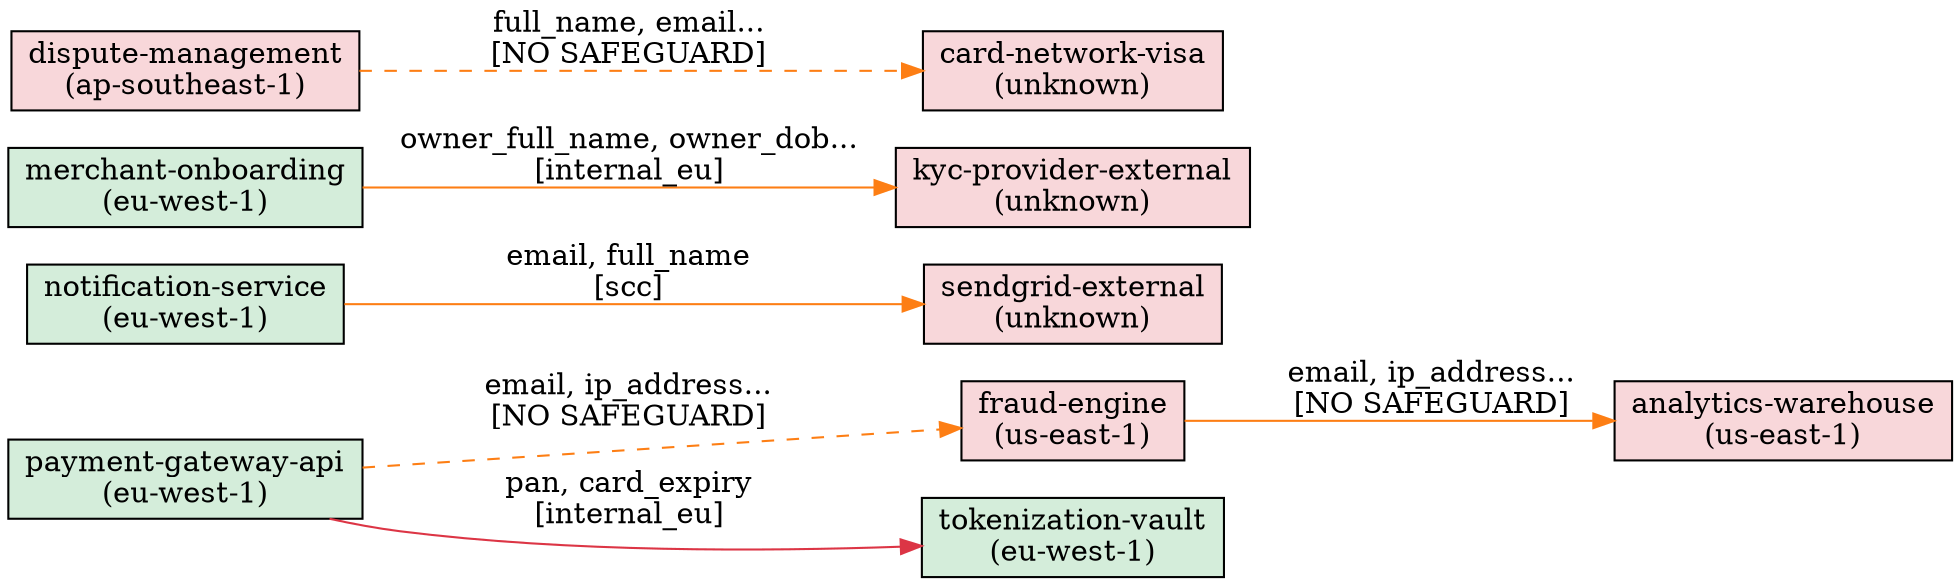
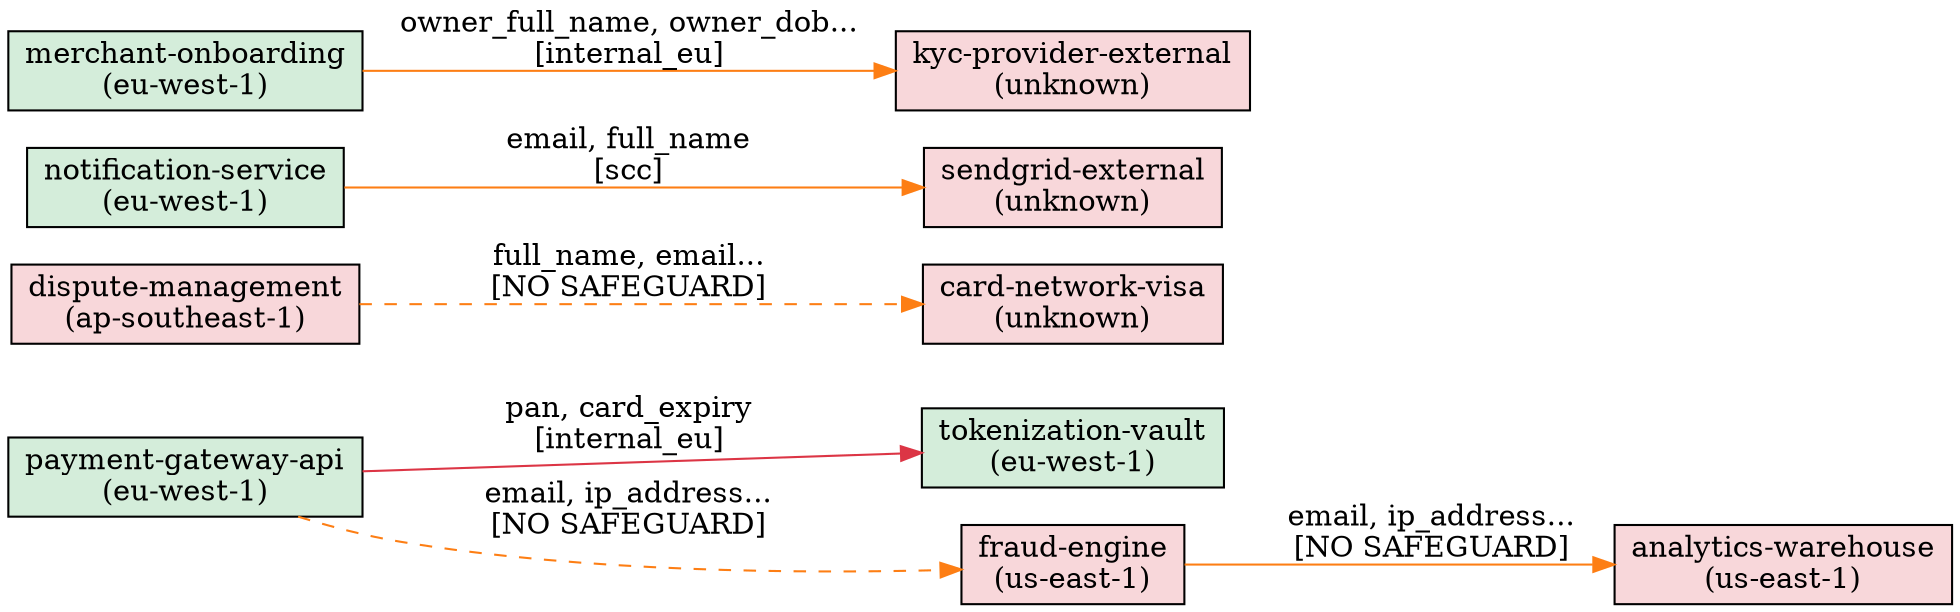
digraph data_flows {
  rankdir=LR;
  node [shape=box, style=filled];

+   "tokenization-vault" [label="tokenization-vault\n(eu-west-1)", fillcolor="#d4edda"];
  "fraud-engine" [label="fraud-engine\n(us-east-1)", fillcolor="#f8d7da"];
-   "tokenization-vault" [label="tokenization-vault\n(eu-west-1)", fillcolor="#d4edda"];
+   "dispute-management" [label="dispute-management\n(ap-southeast-1)", fillcolor="#f8d7da"];
  "payment-gateway-api" [label="payment-gateway-api\n(eu-west-1)", fillcolor="#d4edda"];
+   "sendgrid-external" [label="sendgrid-external\n(unknown)", fillcolor="#f8d7da"];
  "notification-service" [label="notification-service\n(eu-west-1)", fillcolor="#d4edda"];
  "merchant-onboarding" [label="merchant-onboarding\n(eu-west-1)", fillcolor="#d4edda"];
-   "sendgrid-external" [label="sendgrid-external\n(unknown)", fillcolor="#f8d7da"];
-   "kyc-provider-external" [label="kyc-provider-external\n(unknown)", fillcolor="#f8d7da"];
  "card-network-visa" [label="card-network-visa\n(unknown)", fillcolor="#f8d7da"];
  "analytics-warehouse" [label="analytics-warehouse\n(us-east-1)", fillcolor="#f8d7da"];
-   "dispute-management" [label="dispute-management\n(ap-southeast-1)", fillcolor="#f8d7da"];
+   "kyc-provider-external" [label="kyc-provider-external\n(unknown)", fillcolor="#f8d7da"];

  "payment-gateway-api" -> "tokenization-vault" [label="pan, card_expiry\n[internal_eu]", color="#dc3545", style=solid];
  "payment-gateway-api" -> "fraud-engine" [label="email, ip_address...\n[NO SAFEGUARD]", color="#fd7e14", style=dashed];
  "fraud-engine" -> "analytics-warehouse" [label="email, ip_address...\n[NO SAFEGUARD]", color="#fd7e14", style=solid];
  "notification-service" -> "sendgrid-external" [label="email, full_name\n[scc]", color="#fd7e14", style=solid];
  "merchant-onboarding" -> "kyc-provider-external" [label="owner_full_name, owner_dob...\n[internal_eu]", color="#fd7e14", style=solid];
  "dispute-management" -> "card-network-visa" [label="full_name, email...\n[NO SAFEGUARD]", color="#fd7e14", style=dashed];
}
